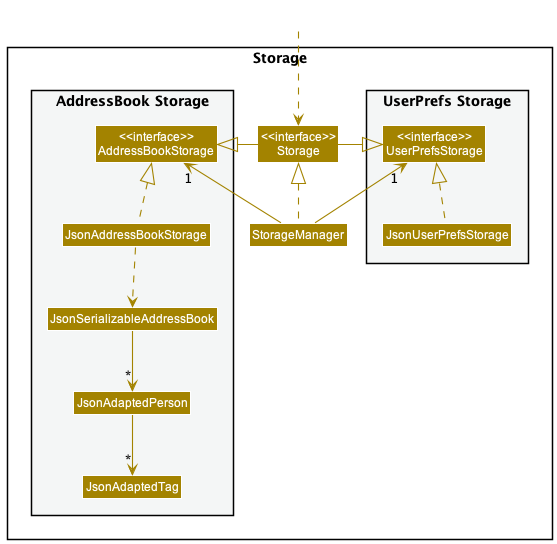
Before: docs/images/StorageClassDiagram.png, a diagram exported from PlantUML (nus-cs2103-AY2223S1/tp).
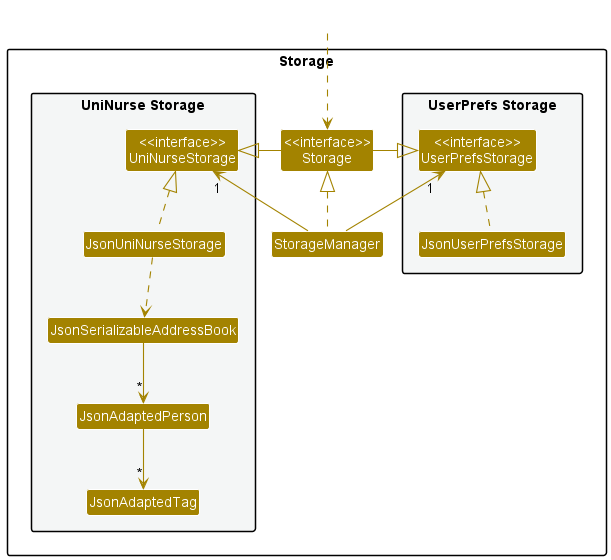
After the change.

The edit, as a diff of the source:
```diff
@@ -14,9 +14,9 @@
 Class "<<interface>>\nStorage" as Storage
 Class StorageManager
 
-package "AddressBook Storage" #F4F6F6{
-Class "<<interface>>\nAddressBookStorage" as AddressBookStorage
-Class JsonAddressBookStorage
+package "UniNurse Storage" #F4F6F6{
+Class "<<interface>>\nUniNurseStorage" as UniNurseStorage
+Class JsonUniNurseStorage
 Class JsonSerializableAddressBook
 Class JsonAdaptedPerson
 Class JsonAdaptedTag
@@ -29,14 +29,14 @@
 
 StorageManager .up.|> Storage
 StorageManager -up-> "1" UserPrefsStorage
-StorageManager -up-> "1" AddressBookStorage
+StorageManager -up-> "1" UniNurseStorage
 
 Storage -left-|> UserPrefsStorage
-Storage -right-|> AddressBookStorage
+Storage -right-|> UniNurseStorage
 
 JsonUserPrefsStorage .up.|> UserPrefsStorage
-JsonAddressBookStorage .up.|> AddressBookStorage
-JsonAddressBookStorage ..> JsonSerializableAddressBook
+JsonUniNurseStorage .up.|> UniNurseStorage
+JsonUniNurseStorage ..> JsonSerializableAddressBook
 JsonSerializableAddressBook --> "*" JsonAdaptedPerson
 JsonAdaptedPerson --> "*" JsonAdaptedTag
 
```
